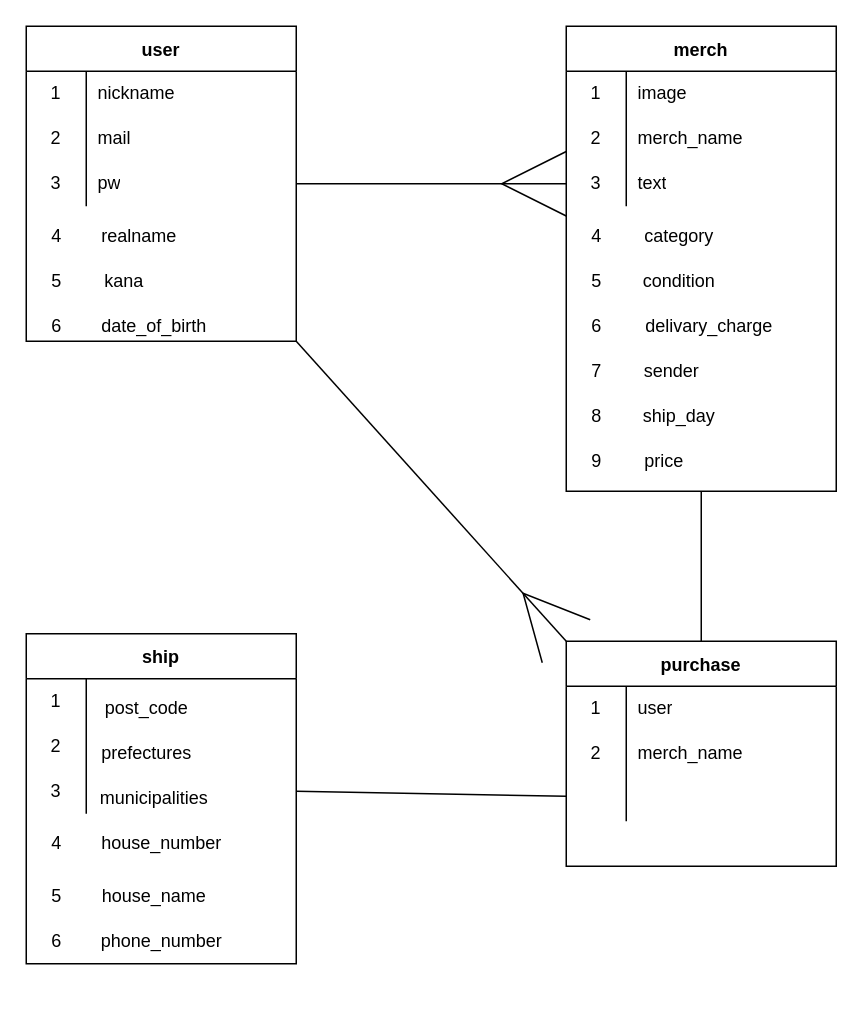
This is er.dio from ngs0908/furima-39500, a draw.io file, before an edit. Source tidied: cells renumbered, new cells numbered last; positions are measured from the earlier drawing's top-left corner, leaving out a move shared by most shapes. Both pictures are drawn from the tidied source at 150%, with x=0, y=0 at pixel (26, 26).
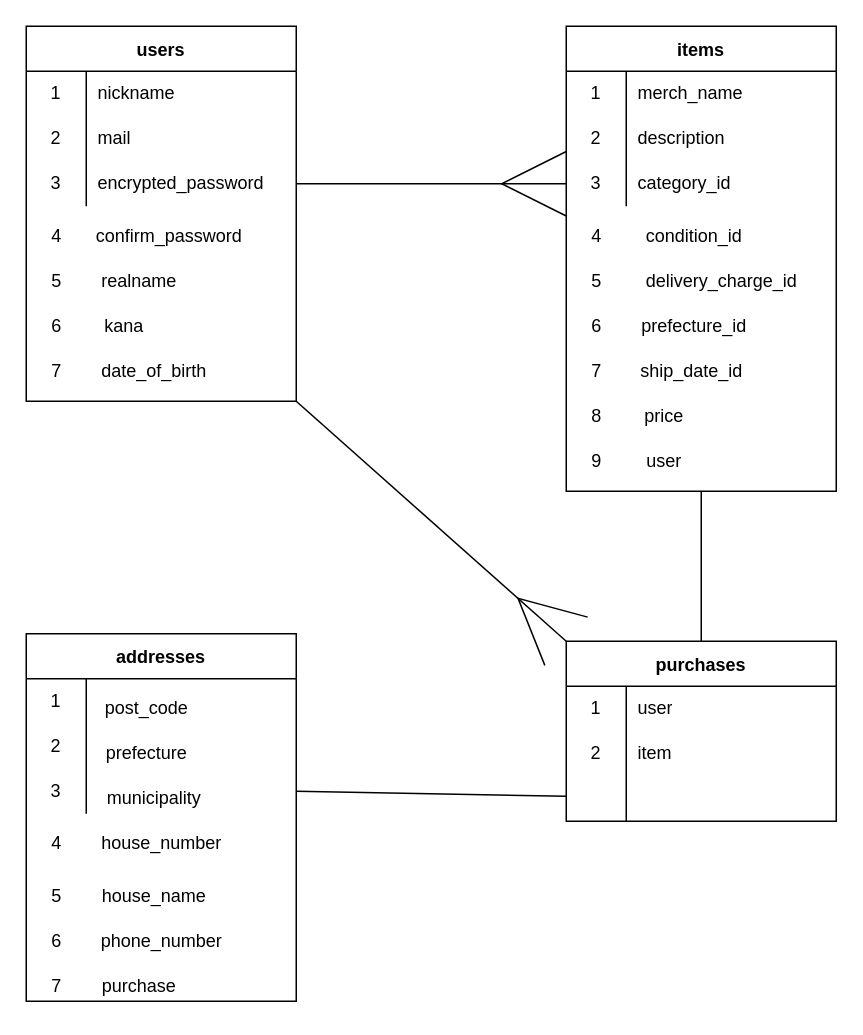
After the change.

Commit message (it also covers changes not shown here):
RE図とreadmeの記述【修正①】

The change refers to these unchanged cells:
```xml
<mxCell id="10" style="shape=tableRow;horizontal=0;startSize=0;swimlaneHead=0;swimlaneBody=0;top=0;left=0;bottom=0;right=0;fillColor=none;points=[[0,0.5],[1,0.5]];portConstraint=eastwest;" parent="3" vertex="1">
  <mxGeometry y="90" width="180" height="30" as="geometry" />
</mxCell>
<mxCell id="15" style="shape=tableRow;horizontal=0;startSize=0;swimlaneHead=0;swimlaneBody=0;top=0;left=0;bottom=0;right=0;fillColor=none;" parent="14" vertex="1">
  <mxGeometry y="30" width="180" height="30" as="geometry" />
</mxCell>
<mxCell id="18" style="shape=tableRow;horizontal=0;startSize=0;swimlaneHead=0;swimlaneBody=0;top=0;left=0;bottom=0;right=0;fillColor=none;" parent="14" vertex="1">
  <mxGeometry y="60" width="180" height="30" as="geometry" />
</mxCell>
<mxCell id="21" style="shape=tableRow;horizontal=0;startSize=0;swimlaneHead=0;swimlaneBody=0;top=0;left=0;bottom=0;right=0;fillColor=none;points=[[0,0.5],[1,0.5]];portConstraint=eastwest;" parent="14" vertex="1">
  <mxGeometry y="90" width="180" height="30" as="geometry" />
</mxCell>
<mxCell id="29" style="shape=tableRow;horizontal=0;startSize=0;swimlaneHead=0;swimlaneBody=0;top=0;left=0;bottom=0;right=0;fillColor=none;" parent="25" vertex="1">
  <mxGeometry y="60" width="180" height="30" as="geometry" />
</mxCell>
```

Change to the diagram source:
```diff
@@
-    <mxCell id="3" value="user" style="shape=table;startSize=30;childLayout=tableLayout;rowLines=0;fontStyle=1;" parent="1" vertex="1">
-      <mxGeometry width="180" height="210" as="geometry" />
+    <mxCell id="3" value="users" style="shape=table;startSize=30;childLayout=tableLayout;rowLines=0;fontStyle=1;" parent="1" vertex="1">
+      <mxGeometry width="180" height="250" as="geometry" />
     </mxCell>
@@
-    <mxCell id="12" value="pw" style="shape=partialRectangle;html=1;whiteSpace=wrap;fillColor=none;top=0;left=0;bottom=0;right=0;align=left;spacingLeft=6;overflow=hidden;" parent="10" vertex="1">
+    <mxCell id="12" value="encrypted_password" style="shape=partialRectangle;html=1;whiteSpace=wrap;fillColor=none;top=0;left=0;bottom=0;right=0;align=left;spacingLeft=6;overflow=hidden;" parent="10" vertex="1">
       <mxGeometry x="40" width="140" height="30" as="geometry" />
     </mxCell>
@@
-    <mxCell id="14" value="merch" style="shape=table;startSize=30;childLayout=tableLayout;rowLines=0;fontStyle=1;" parent="1" vertex="1">
+    <mxCell id="14" value="items" style="shape=table;startSize=30;childLayout=tableLayout;rowLines=0;fontStyle=1;" parent="1" vertex="1">
       <mxGeometry x="360" width="180" height="310" as="geometry" />
     </mxCell>
@@
-    <mxCell id="17" value="image" style="shape=partialRectangle;html=1;whiteSpace=wrap;fillColor=none;top=0;left=0;bottom=0;right=0;align=left;spacingLeft=6;overflow=hidden;" parent="15" vertex="1">
+    <mxCell id="17" value="merch_name" style="shape=partialRectangle;html=1;whiteSpace=wrap;fillColor=none;top=0;left=0;bottom=0;right=0;align=left;spacingLeft=6;overflow=hidden;" parent="15" vertex="1">
       <mxGeometry x="40" width="140" height="30" as="geometry" />
     </mxCell>
@@
-    <mxCell id="20" value="merch_name" style="shape=partialRectangle;html=1;whiteSpace=wrap;fillColor=none;top=0;left=0;bottom=0;right=0;align=left;spacingLeft=6;overflow=hidden;" parent="18" vertex="1">
+    <mxCell id="20" value="description" style="shape=partialRectangle;html=1;whiteSpace=wrap;fillColor=none;top=0;left=0;bottom=0;right=0;align=left;spacingLeft=6;overflow=hidden;" parent="18" vertex="1">
       <mxGeometry x="40" width="140" height="30" as="geometry" />
     </mxCell>
@@
-    <mxCell id="23" value="text" style="shape=partialRectangle;html=1;whiteSpace=wrap;fillColor=none;top=0;left=0;bottom=0;right=0;align=left;spacingLeft=6;overflow=hidden;" parent="21" vertex="1">
+    <mxCell id="23" value="category_id" style="shape=partialRectangle;html=1;whiteSpace=wrap;fillColor=none;top=0;left=0;bottom=0;right=0;align=left;spacingLeft=6;overflow=hidden;" parent="21" vertex="1">
       <mxGeometry x="40" width="140" height="30" as="geometry" />
     </mxCell>
@@
-    <mxCell id="25" value="purchase" style="shape=table;startSize=30;childLayout=tableLayout;rowLines=0;fontStyle=1;" parent="1" vertex="1">
-      <mxGeometry x="360" y="410" width="180" height="150" as="geometry" />
+    <mxCell id="25" value="purchases" style="shape=table;startSize=30;childLayout=tableLayout;rowLines=0;fontStyle=1;" parent="1" vertex="1">
+      <mxGeometry x="360" y="410" width="180" height="120" as="geometry" />
     </mxCell>
@@
-    <mxCell id="31" value="merch_name" style="shape=partialRectangle;html=1;whiteSpace=wrap;fillColor=none;top=0;left=0;bottom=0;right=0;align=left;spacingLeft=6;overflow=hidden;" parent="29" vertex="1">
+    <mxCell id="31" value="item" style="shape=partialRectangle;html=1;whiteSpace=wrap;fillColor=none;top=0;left=0;bottom=0;right=0;align=left;spacingLeft=6;overflow=hidden;" parent="29" vertex="1">
       <mxGeometry x="40" width="140" height="30" as="geometry" />
     </mxCell>
@@
-    <mxCell id="35" value="ship" style="shape=table;startSize=30;childLayout=tableLayout;rowLines=0;fontStyle=1;" parent="1" vertex="1">
-      <mxGeometry y="405" width="180" height="220" as="geometry" />
+    <mxCell id="35" value="addresses" style="shape=table;startSize=30;childLayout=tableLayout;rowLines=0;fontStyle=1;" parent="1" vertex="1">
+      <mxGeometry y="405" width="180" height="245" as="geometry" />
     </mxCell>
@@
     <mxCell id="48" value="realname" style="text;html=1;align=center;verticalAlign=middle;strokeColor=none;fillColor=none;" parent="1" vertex="1">
-      <mxGeometry x="40" y="125" width="70" height="30" as="geometry" />
+      <mxGeometry x="40" y="155" width="70" height="30" as="geometry" />
     </mxCell>
     <mxCell id="49" value="kana" style="text;html=1;align=center;verticalAlign=middle;strokeColor=none;fillColor=none;" parent="1" vertex="1">
-      <mxGeometry x="40" y="155" width="50" height="30" as="geometry" />
+      <mxGeometry x="40" y="185" width="50" height="30" as="geometry" />
     </mxCell>
     <mxCell id="50" value="date_of_birth" style="text;html=1;align=center;verticalAlign=middle;strokeColor=none;fillColor=none;" parent="1" vertex="1">
-      <mxGeometry x="40" y="185" width="90" height="30" as="geometry" />
+      <mxGeometry x="40" y="215" width="90" height="30" as="geometry" />
     </mxCell>
@@
-    <mxCell id="52" value="category" style="text;html=1;align=center;verticalAlign=middle;strokeColor=none;fillColor=none;" parent="1" vertex="1">
-      <mxGeometry x="400" y="125" width="70" height="30" as="geometry" />
+    <mxCell id="52" value="condition_id" style="text;html=1;align=center;verticalAlign=middle;strokeColor=none;fillColor=none;" parent="1" vertex="1">
+      <mxGeometry x="400" y="125" width="90" height="30" as="geometry" />
     </mxCell>
@@
-    <mxCell id="54" value="condition" style="text;html=1;align=center;verticalAlign=middle;strokeColor=none;fillColor=none;" parent="1" vertex="1">
-      <mxGeometry x="400" y="155" width="70" height="30" as="geometry" />
+    <mxCell id="54" value="delivery_charge_id&amp;nbsp;" style="text;html=1;align=center;verticalAlign=middle;strokeColor=none;fillColor=none;" parent="1" vertex="1">
+      <mxGeometry x="400" y="155" width="130" height="30" as="geometry" />
     </mxCell>
@@
-    <mxCell id="56" value="delivary_charge" style="text;html=1;align=center;verticalAlign=middle;strokeColor=none;fillColor=none;" parent="1" vertex="1">
+    <mxCell id="56" value="prefecture_id&amp;nbsp; &amp;nbsp; &amp;nbsp;&amp;nbsp;" style="text;html=1;align=center;verticalAlign=middle;strokeColor=none;fillColor=none;" parent="1" vertex="1">
       <mxGeometry x="400" y="185" width="110" height="30" as="geometry" />
     </mxCell>
@@
-    <mxCell id="58" value="sender" style="text;html=1;align=center;verticalAlign=middle;strokeColor=none;fillColor=none;" parent="1" vertex="1">
-      <mxGeometry x="400" y="215" width="60" height="30" as="geometry" />
+    <mxCell id="58" value="ship_date_id&amp;nbsp; &amp;nbsp; &amp;nbsp; &amp;nbsp;" style="text;html=1;align=center;verticalAlign=middle;strokeColor=none;fillColor=none;" parent="1" vertex="1">
+      <mxGeometry x="400" y="215" width="110" height="30" as="geometry" />
     </mxCell>
@@
-    <mxCell id="60" value="ship_day" style="text;html=1;align=center;verticalAlign=middle;strokeColor=none;fillColor=none;" parent="1" vertex="1">
-      <mxGeometry x="400" y="245" width="70" height="30" as="geometry" />
+    <mxCell id="60" value="price" style="text;html=1;align=center;verticalAlign=middle;strokeColor=none;fillColor=none;" parent="1" vertex="1">
+      <mxGeometry x="400" y="245" width="50" height="30" as="geometry" />
     </mxCell>
@@
-    <mxCell id="62" value="price" style="text;html=1;align=center;verticalAlign=middle;strokeColor=none;fillColor=none;" parent="1" vertex="1">
+    <mxCell id="62" value="user" style="text;html=1;align=center;verticalAlign=middle;strokeColor=none;fillColor=none;" parent="1" vertex="1">
       <mxGeometry x="400" y="275" width="50" height="30" as="geometry" />
     </mxCell>
@@
-    <mxCell id="67" value="prefectures" style="text;html=1;align=center;verticalAlign=middle;strokeColor=none;fillColor=none;" parent="1" vertex="1">
+    <mxCell id="67" value="prefecture" style="text;html=1;align=center;verticalAlign=middle;strokeColor=none;fillColor=none;" parent="1" vertex="1">
       <mxGeometry x="40" y="470" width="80" height="30" as="geometry" />
     </mxCell>
-    <mxCell id="68" value="municipalities" style="text;html=1;align=center;verticalAlign=middle;strokeColor=none;fillColor=none;" parent="1" vertex="1">
-      <mxGeometry x="35" y="500" width="100" height="30" as="geometry" />
+    <mxCell id="68" value="municipality" style="text;html=1;align=center;verticalAlign=middle;strokeColor=none;fillColor=none;" parent="1" vertex="1">
+      <mxGeometry x="40" y="500" width="90" height="30" as="geometry" />
     </mxCell>
@@
+    <mxCell id="73" value="7" style="text;html=1;align=center;verticalAlign=middle;strokeColor=none;fillColor=none;" parent="1" vertex="1">
+      <mxGeometry x="5" y="215" width="30" height="30" as="geometry" />
+    </mxCell>
+    <mxCell id="74" value="confirm_password&amp;nbsp; &amp;nbsp;" style="text;html=1;align=center;verticalAlign=middle;strokeColor=none;fillColor=none;" parent="1" vertex="1">
+      <mxGeometry x="35" y="125" width="130" height="30" as="geometry" />
+    </mxCell>
+    <mxCell id="75" value="7" style="text;html=1;align=center;verticalAlign=middle;strokeColor=none;fillColor=none;" parent="1" vertex="1">
+      <mxGeometry x="5" y="625" width="30" height="30" as="geometry" />
+    </mxCell>
+    <mxCell id="76" value="purchase" style="text;html=1;align=center;verticalAlign=middle;strokeColor=none;fillColor=none;" parent="1" vertex="1">
+      <mxGeometry x="40" y="625" width="70" height="30" as="geometry" />
+    </mxCell>
```
